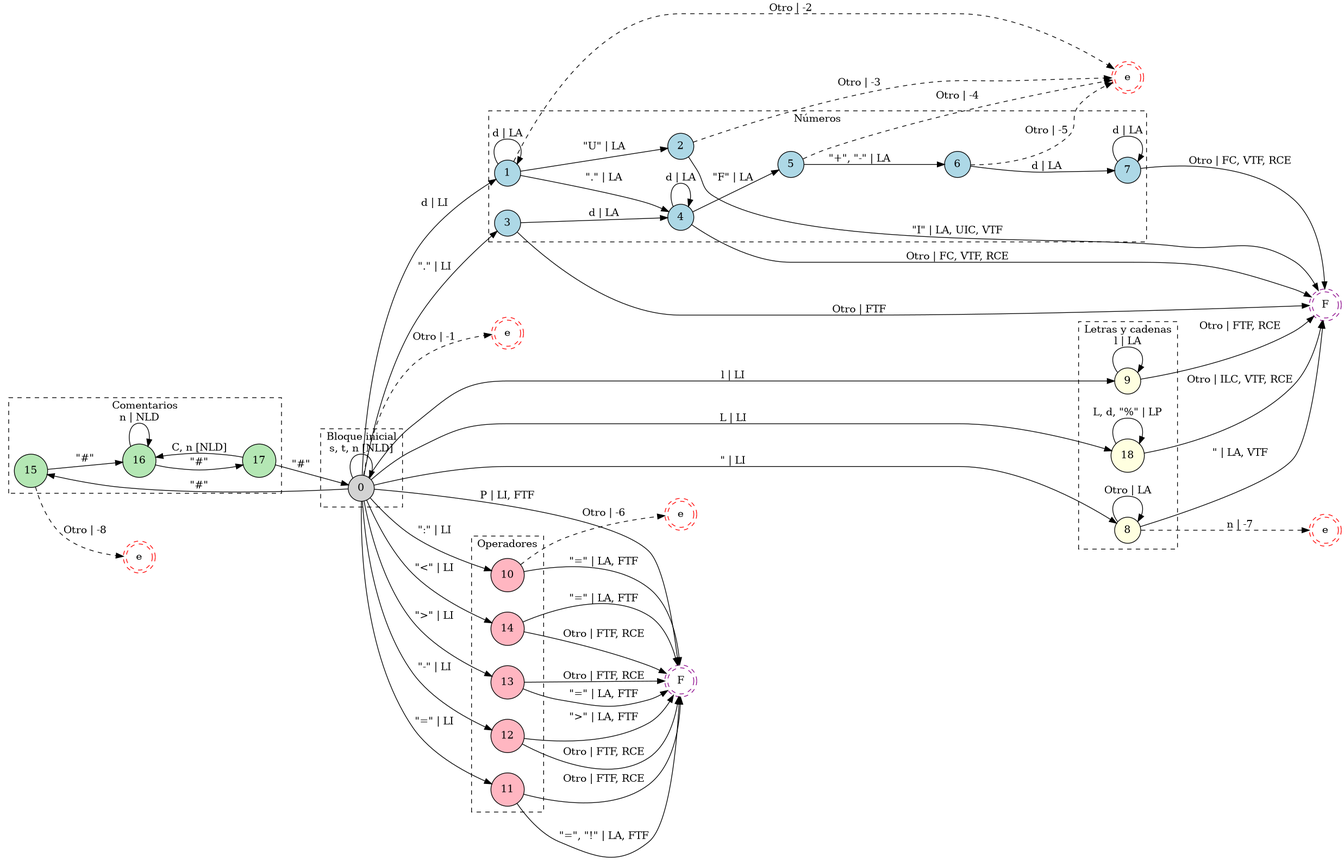
The Graphviz diagram resources/images/finiteAutomatom.png in iroumec/RouVel-Compiler, before a commit. Its source is kept beside it as resources/diagrams/finite-automatoms/finiteAutomatom.dot. Source of this version:
```dot
digraph DFA {
    rankdir = LR;
    splines = true;
    overlap = false;
    nodesep = 0.4;
    ranksep = 0.6;

    node [shape = circle; style = filled;];

    fI [shape = doublecircle;style = dashed;color = "#8a048a"; label = "F";];
    fP [shape = doublecircle;style = dashed;color = "#8a048a"; label = "F";];

    eG [shape = doublecircle;style = dashed;color = red;label = "e";];
    eC [shape = doublecircle;style = dashed;color = red;label = "e";];
    eP [shape = doublecircle;style = dashed;color = red;label = "e";];
    eN [shape = doublecircle;style = dashed;color = red;label = "e";];
    eS [shape = doublecircle;style = dashed;color = red;label = "e";];

    subgraph cluster_inicio {
        label = "Bloque inicial";
        style = dashed;
        fillcolor = lightgrey;
        0;
    }

    subgraph cluster_num {
        label = "Números";
        style = dashed;
        fillcolor = "#f2f2f2";
        node [fillcolor = lightblue;];
        1;
        2;
        3;
        4;
        5;
        6;
        7;
    }

    subgraph cluster_lit {
        label = "Letras y cadenas";
        style = dashed;
        node [fillcolor = lightyellow;];
        8;
        9;
        18;
    }

    subgraph cluster_ops {
        label = "Operadores";
        style = dashed;
        node [fillcolor = lightpink;];
        10;
        11;
        12;
        13;
        14;
    }

    subgraph cluster_coment {
        label = "Comentarios";
        style = dashed;
        node [fillcolor = "#b4e7b4";];
        15;
        16;
        17;
    }

    0 -> 0 [label = "s, t, n [NLD]";];
    0 -> 10 [label = "\":\" | LI";];
    0 -> 11 [label = "\"=\" | LI";];
    0 -> 12 [label = "\"-\" | LI";];
    0 -> 13 [label = "\">\" | LI";];
    0 -> 14 [label = "\"<\" | LI";];
    0 -> 15 [label = "\"#\"";];
    0 -> 18 [label = "L | LI";];
    0 -> 1 [label = "d | LI";];
    0 -> 3 [label = "\".\" | LI";];
    0 -> 8 [label = "\" | LI";];
    0 -> 9 [label = "l | LI";];
    0 -> eG [label = "Otro | -1"; style = dashed;];
    0 -> fP [label = "P | LI, FTF";];
    1 -> 1 [label = "d | LA";];
    1 -> 2 [label = "\"U\" | LA";];
    1 -> 4 [label = "\".\" | LA";];
    1 -> eN [label = "Otro | -2"; style = dashed;];
    2 -> eN [label = "Otro | -3"; style = dashed;];
    2 -> fI [label = "\"I\" | LA, UIC, VTF";];
    3 -> 4 [label = "d | LA";];
    3 -> fI [label = "Otro | FTF";];
    4 -> 4 [label = "d | LA";];
    4 -> 5 [label = "\"F\" | LA";];
    4 -> fI [label = "Otro | FC, VTF, RCE";];
    5 -> 6 [label = "\"+\", \"-\" | LA";];
    5 -> eN [label = "Otro | -4"; style = dashed;];
    6 -> 7 [label = "d | LA";];
    6 -> eN [label = "Otro | -5"; style = dashed;];
    7 -> 7 [label = "d | LA";];
    7 -> fI [label = "Otro | FC, VTF, RCE";];
    8 -> 8 [label = "Otro | LA";];
    8 -> eS [label = "n | -7"; style = dashed;];
    8 -> fI [label = "\" | LA, VTF";];
    9 -> 9 [label = "l | LA";];
    9 -> fI [label = "Otro | FTF, RCE";];
    10 -> eP [label = "Otro | -6"; style = dashed;];
    10 -> fP [label = "\"=\" | LA, FTF";];
    11 -> fP [label = "\"=\", \"!\" | LA, FTF";];
    11 -> fP [label = "Otro | FTF, RCE";];
    12 -> fP [label = "\">\" | LA, FTF";];
    12 -> fP [label = "Otro | FTF, RCE";];
    13 -> fP [label = "\"=\" | LA, FTF";];
    13 -> fP [label = "Otro | FTF, RCE";];
    14 -> fP [label = "\"=\" | LA, FTF";];
    14 -> fP [label = "Otro | FTF, RCE";];
    15 -> 16 [label = "\"#\"";];
    15 -> eC [label = "Otro | -8"; style = dashed;];
    16 -> 16 [label = "n | NLD";];
    16 -> 17 [label = "\"#\"";];
    17 -> 0 [label = "\"#\"";];
    17 -> 16 [label = "C, n [NLD]";];
    18 -> 18 [label = "L, d, \"%\" | LP";];
    18 -> fI [label = "Otro | ILC, VTF, RCE";];
}
```
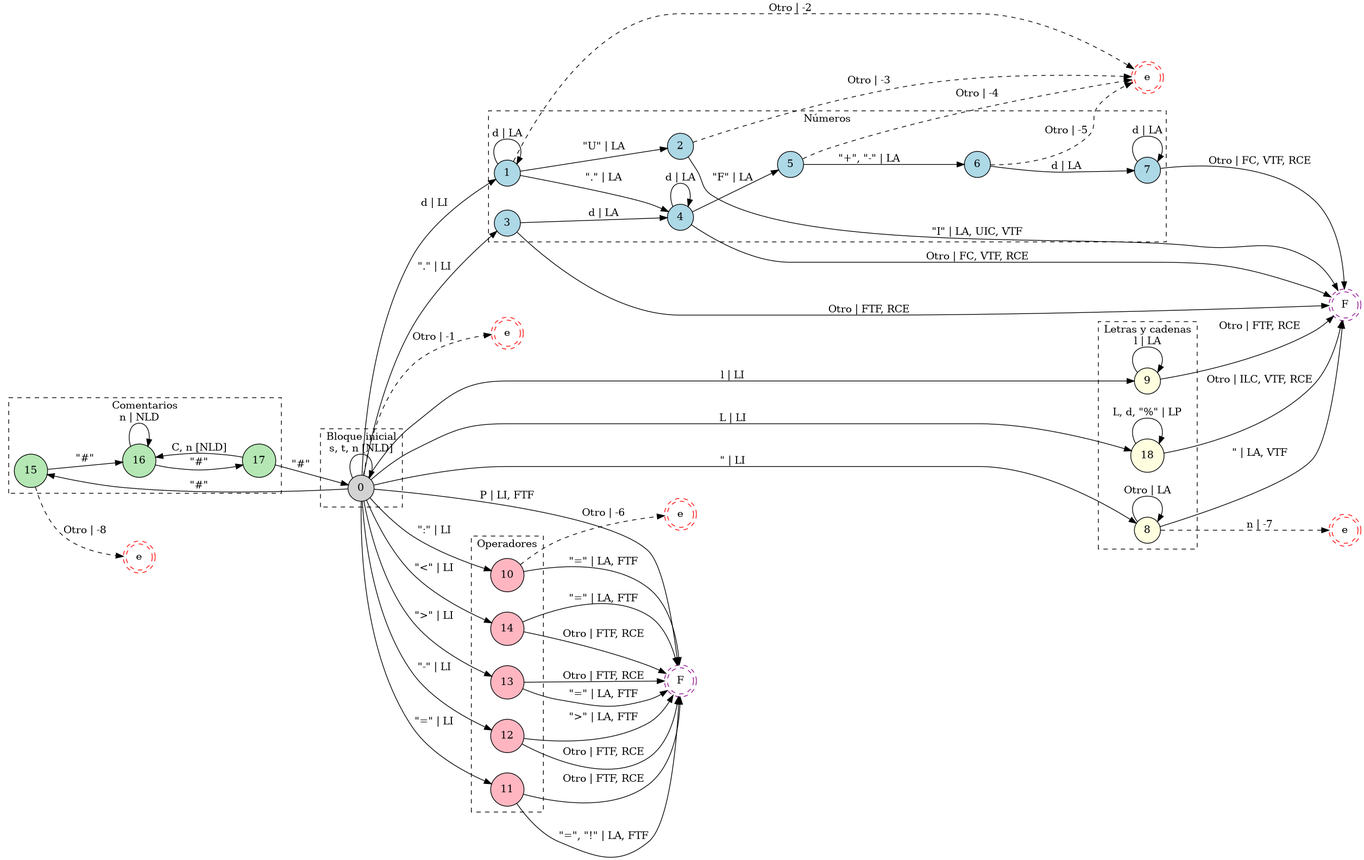
Above is the later version.

Commit message:
Fixed a minor error in the diagram

Diff of the diagram source:
```diff
@@ -87,7 +87,7 @@
     2 -> eN [label = "Otro | -3"; style = dashed;];
     2 -> fI [label = "\"I\" | LA, UIC, VTF";];
     3 -> 4 [label = "d | LA";];
-    3 -> fI [label = "Otro | FTF";];
+    3 -> fI [label = "Otro | FTF, RCE";];
     4 -> 4 [label = "d | LA";];
     4 -> 5 [label = "\"F\" | LA";];
     4 -> fI [label = "Otro | FC, VTF, RCE";];
```
